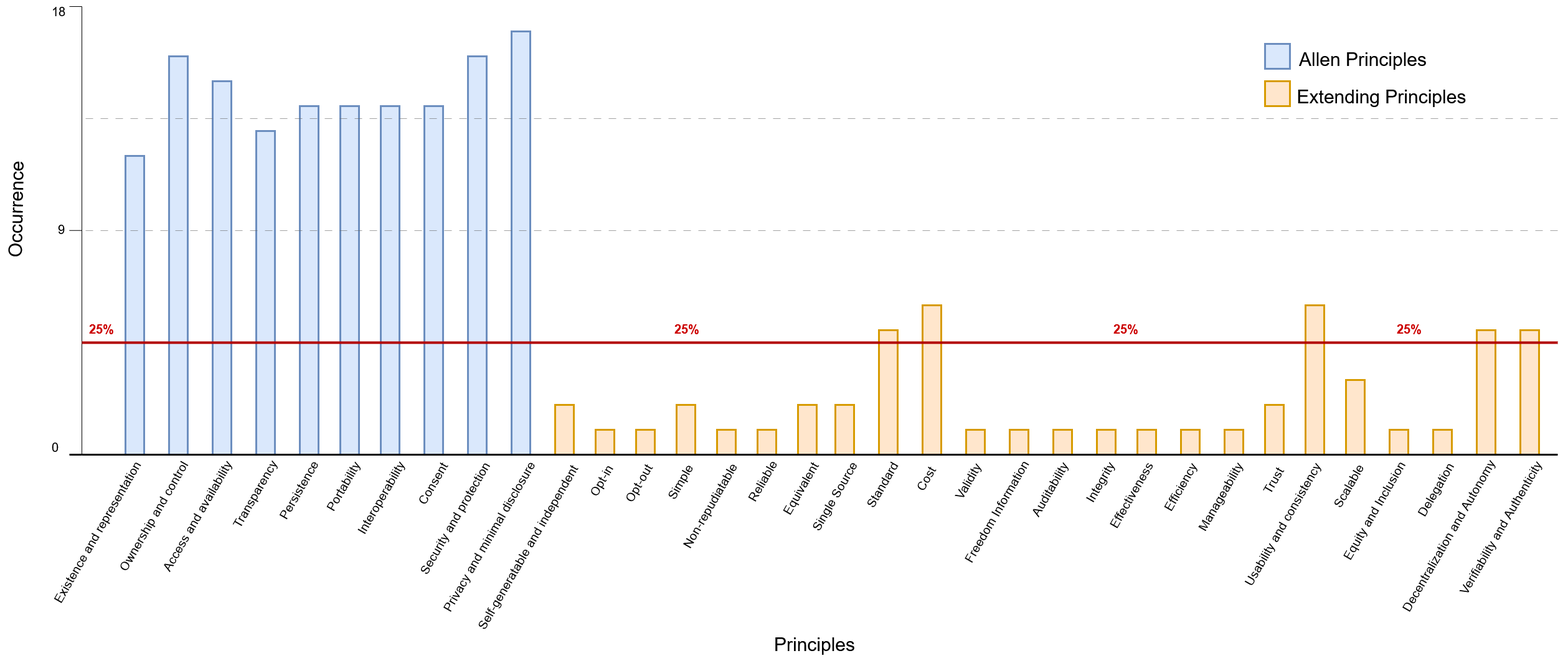
This is definition/images/principles_selection/Principles_selection.png from cristianlepore/Self-Sovereign-Identity, a draw.io export, as it was before one commit. Source tidied: cells renumbered, new cells last; positions are measured from the earlier drawing's top-left corner, leaving out a move shared by most shapes.
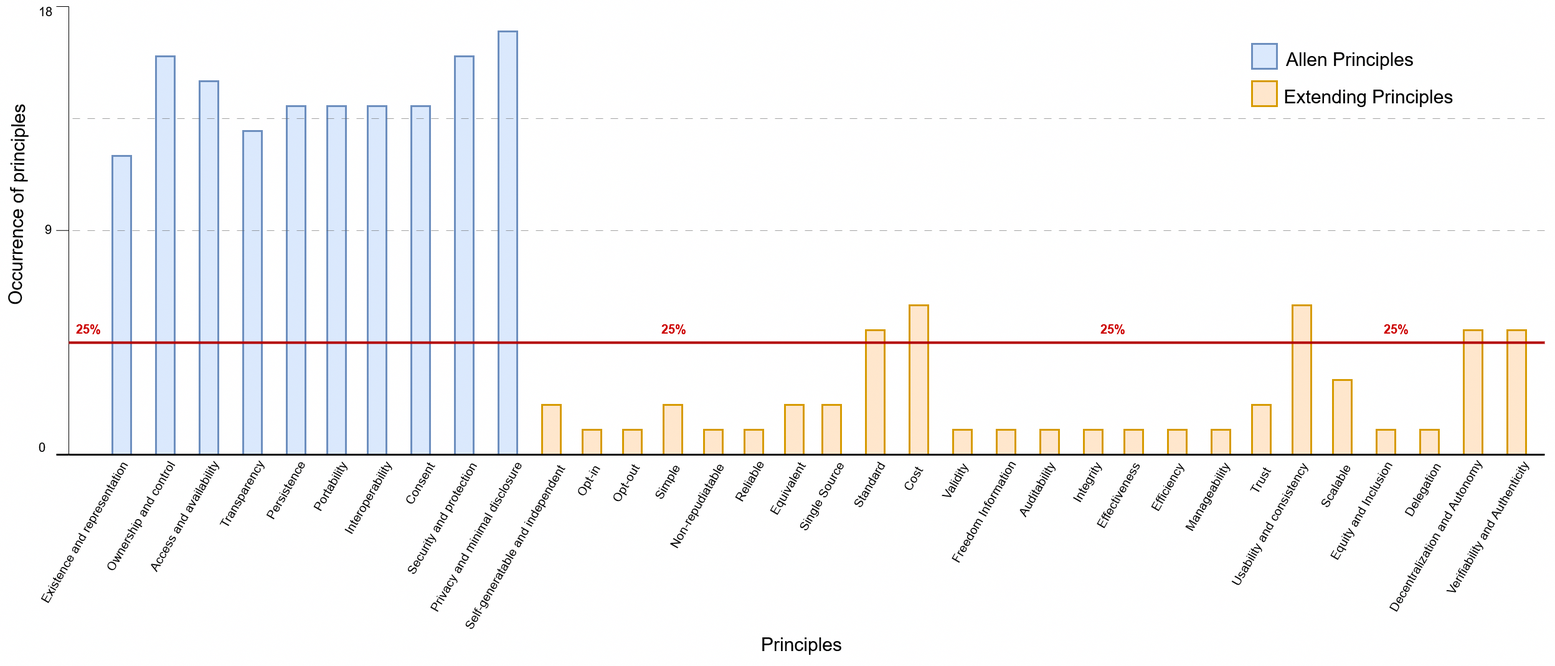
After the change.

Diff of the diagram source:
```diff
@@ -104,24 +104,24 @@
     <mxCell id="35" style="rounded=0;whiteSpace=wrap;html=1;fillColor=#dae8fc;strokeColor=#6c8ebf;strokeWidth=3;" parent="1" vertex="1">
       <mxGeometry x="265" y="250" width="30" height="480" as="geometry" />
     </mxCell>
-    <mxCell id="36" style="endArrow=none;html=1;rounded=0;strokeWidth=1;" parent="1" edge="1">
-      <mxGeometry relative="1" as="geometry">
-        <mxPoint x="195" y="10" as="sourcePoint" />
-        <mxPoint x="195" y="730" as="targetPoint" />
-      </mxGeometry>
-    </mxCell>
-    <mxCell id="37" style="endArrow=none;html=1;rounded=0;" parent="1" edge="1">
-      <mxGeometry relative="1" as="geometry">
-        <mxPoint x="175" y="369.8" as="sourcePoint" />
-        <mxPoint x="195" y="369.8" as="targetPoint" />
-      </mxGeometry>
-    </mxCell>
-    <mxCell id="38" style="endArrow=none;html=1;rounded=0;" parent="1" edge="1">
-      <mxGeometry relative="1" as="geometry">
-        <mxPoint x="175" y="10" as="sourcePoint" />
-        <mxPoint x="195" y="10" as="targetPoint" />
-      </mxGeometry>
-    </mxCell>
+    <mxCell id="91" style="endArrow=none;html=1;rounded=0;strokeWidth=1;" parent="1" edge="1">
+      <mxGeometry relative="1" as="geometry">
+        <mxPoint x="195" y="10" as="sourcePoint" />
+        <mxPoint x="195" y="730" as="targetPoint" />
+      </mxGeometry>
+    </mxCell>
+    <mxCell id="92" style="endArrow=none;html=1;rounded=0;" parent="1" edge="1">
+      <mxGeometry relative="1" as="geometry">
+        <mxPoint x="175" y="369.8" as="sourcePoint" />
+        <mxPoint x="195" y="369.8" as="targetPoint" />
+      </mxGeometry>
+    </mxCell>
+    <mxCell id="93" style="endArrow=none;html=1;rounded=0;" parent="1" edge="1">
+      <mxGeometry relative="1" as="geometry">
+        <mxPoint x="175" y="10" as="sourcePoint" />
+        <mxPoint x="195" y="10" as="targetPoint" />
+      </mxGeometry>
+    </mxCell>
     <mxCell id="39" style="rounded=0;whiteSpace=wrap;html=1;fillColor=#dae8fc;strokeColor=#6c8ebf;strokeWidth=3;" parent="1" vertex="1">
       <mxGeometry x="335" y="90" width="30" height="640" as="geometry" />
     </mxCell>
@@ -149,12 +149,12 @@
     <mxCell id="47" value="&lt;font style=&quot;font-size: 20px;&quot;&gt;0&lt;/font&gt;" style="text;whiteSpace=wrap;html=1;rotation=0;" parent="1" vertex="1">
       <mxGeometry x="145" y="700" width="40" height="40" as="geometry" />
     </mxCell>
-    <mxCell id="48" style="endArrow=none;html=1;rounded=0;strokeWidth=3;" parent="1" edge="1">
-      <mxGeometry relative="1" as="geometry">
-        <mxPoint x="175" y="730" as="sourcePoint" />
-        <mxPoint x="195" y="730" as="targetPoint" />
-      </mxGeometry>
-    </mxCell>
+    <mxCell id="94" style="endArrow=none;html=1;rounded=0;strokeWidth=3;" parent="1" edge="1">
+      <mxGeometry relative="1" as="geometry">
+        <mxPoint x="175" y="730" as="sourcePoint" />
+        <mxPoint x="195" y="730" as="targetPoint" />
+      </mxGeometry>
+    </mxCell>
     <mxCell id="49" value="&lt;font style=&quot;font-size: 20px;&quot;&gt;9&lt;/font&gt;" style="text;whiteSpace=wrap;html=1;rotation=0;" parent="1" vertex="1">
       <mxGeometry x="155" y="350" width="30" height="40" as="geometry" />
     </mxCell>
@@ -242,12 +242,12 @@
     <mxCell id="77" style="rounded=0;whiteSpace=wrap;html=1;fillColor=#ffe6cc;strokeColor=#d79b00;strokeWidth=3;" parent="1" vertex="1">
       <mxGeometry x="2505" y="530" width="30" height="200" as="geometry" />
     </mxCell>
-    <mxCell id="78" style="endArrow=none;html=1;rounded=0;strokeWidth=3;" parent="1" edge="1">
-      <mxGeometry relative="1" as="geometry">
-        <mxPoint x="2565" y="730" as="sourcePoint" />
-        <mxPoint x="195" y="730" as="targetPoint" />
-      </mxGeometry>
-    </mxCell>
+    <mxCell id="95" style="endArrow=none;html=1;rounded=0;strokeWidth=3;" parent="1" edge="1">
+      <mxGeometry relative="1" as="geometry">
+        <mxPoint x="2565" y="730" as="sourcePoint" />
+        <mxPoint x="195" y="730" as="targetPoint" />
+      </mxGeometry>
+    </mxCell>
     <mxCell id="79" style="rounded=0;whiteSpace=wrap;html=1;fillColor=#dae8fc;strokeColor=#6c8ebf;strokeWidth=3;" parent="1" vertex="1">
       <mxGeometry x="2095" y="70" width="40" height="40" as="geometry" />
     </mxCell>
@@ -260,27 +260,27 @@
     <mxCell id="82" value="Extending Principles" style="text;whiteSpace=wrap;align=center;fontSize=30;" parent="1" vertex="1">
       <mxGeometry x="2135" y="130" width="295" height="40" as="geometry" />
     </mxCell>
-    <mxCell id="83" style="endArrow=none;html=1;rounded=0;strokeWidth=4;fillColor=#e51400;strokeColor=#B20000;" parent="1" edge="1">
-      <mxGeometry relative="1" as="geometry">
-        <mxPoint x="2565" y="550" as="sourcePoint" />
-        <mxPoint x="195" y="550" as="targetPoint" />
-      </mxGeometry>
-    </mxCell>
-    <mxCell id="84" style="endArrow=none;html=1;rounded=0;strokeWidth=1;fillColor=#f5f5f5;strokeColor=#666666;dashed=1;dashPattern=12 12;opacity=60;" parent="1" edge="1">
-      <mxGeometry relative="1" as="geometry">
-        <mxPoint x="2565" y="370" as="sourcePoint" />
-        <mxPoint x="195" y="370" as="targetPoint" />
-      </mxGeometry>
-    </mxCell>
-    <mxCell id="85" style="endArrow=none;html=1;rounded=0;strokeWidth=1;fillColor=#f5f5f5;strokeColor=#666666;dashed=1;dashPattern=12 12;opacity=60;" parent="1" edge="1">
-      <mxGeometry relative="1" as="geometry">
-        <mxPoint x="2565" y="190" as="sourcePoint" />
-        <mxPoint x="195" y="190" as="targetPoint" />
-      </mxGeometry>
-    </mxCell>
-    <mxCell id="86" value="&lt;font style=&quot;font-size: 30px;&quot;&gt;Occurrence&lt;/font&gt;" style="text;whiteSpace=wrap;html=1;rotation=-89;opacity=90;" parent="1" vertex="1">
-      <mxGeometry y="290" width="190" height="60" as="geometry" />
-    </mxCell>
+    <mxCell id="96" style="endArrow=none;html=1;rounded=0;strokeWidth=4;fillColor=#e51400;strokeColor=#B20000;" parent="1" edge="1">
+      <mxGeometry relative="1" as="geometry">
+        <mxPoint x="2565" y="550" as="sourcePoint" />
+        <mxPoint x="195" y="550" as="targetPoint" />
+      </mxGeometry>
+    </mxCell>
+    <mxCell id="97" style="endArrow=none;html=1;rounded=0;strokeWidth=1;fillColor=#f5f5f5;strokeColor=#666666;dashed=1;dashPattern=12 12;opacity=60;" parent="1" edge="1">
+      <mxGeometry relative="1" as="geometry">
+        <mxPoint x="2565" y="370" as="sourcePoint" />
+        <mxPoint x="195" y="370" as="targetPoint" />
+      </mxGeometry>
+    </mxCell>
+    <mxCell id="98" style="endArrow=none;html=1;rounded=0;strokeWidth=1;fillColor=#f5f5f5;strokeColor=#666666;dashed=1;dashPattern=12 12;opacity=60;" parent="1" edge="1">
+      <mxGeometry relative="1" as="geometry">
+        <mxPoint x="2565" y="190" as="sourcePoint" />
+        <mxPoint x="195" y="190" as="targetPoint" />
+      </mxGeometry>
+    </mxCell>
+    <mxCell id="99" value="&lt;font style=&quot;font-size: 30px;&quot;&gt;Occurrence of principles&lt;/font&gt;" style="text;whiteSpace=wrap;html=1;rotation=-89;opacity=90;" parent="1" vertex="1">
+      <mxGeometry x="-55" y="290" width="345" height="60" as="geometry" />
+    </mxCell>
     <mxCell id="87" value="&lt;font style=&quot;font-size: 30px;&quot;&gt;Principles&lt;/font&gt;" style="text;whiteSpace=wrap;html=1;rotation=0;opacity=90;" parent="1" vertex="1">
       <mxGeometry x="1305" y="1010" width="190" height="60" as="geometry" />
     </mxCell>
```
